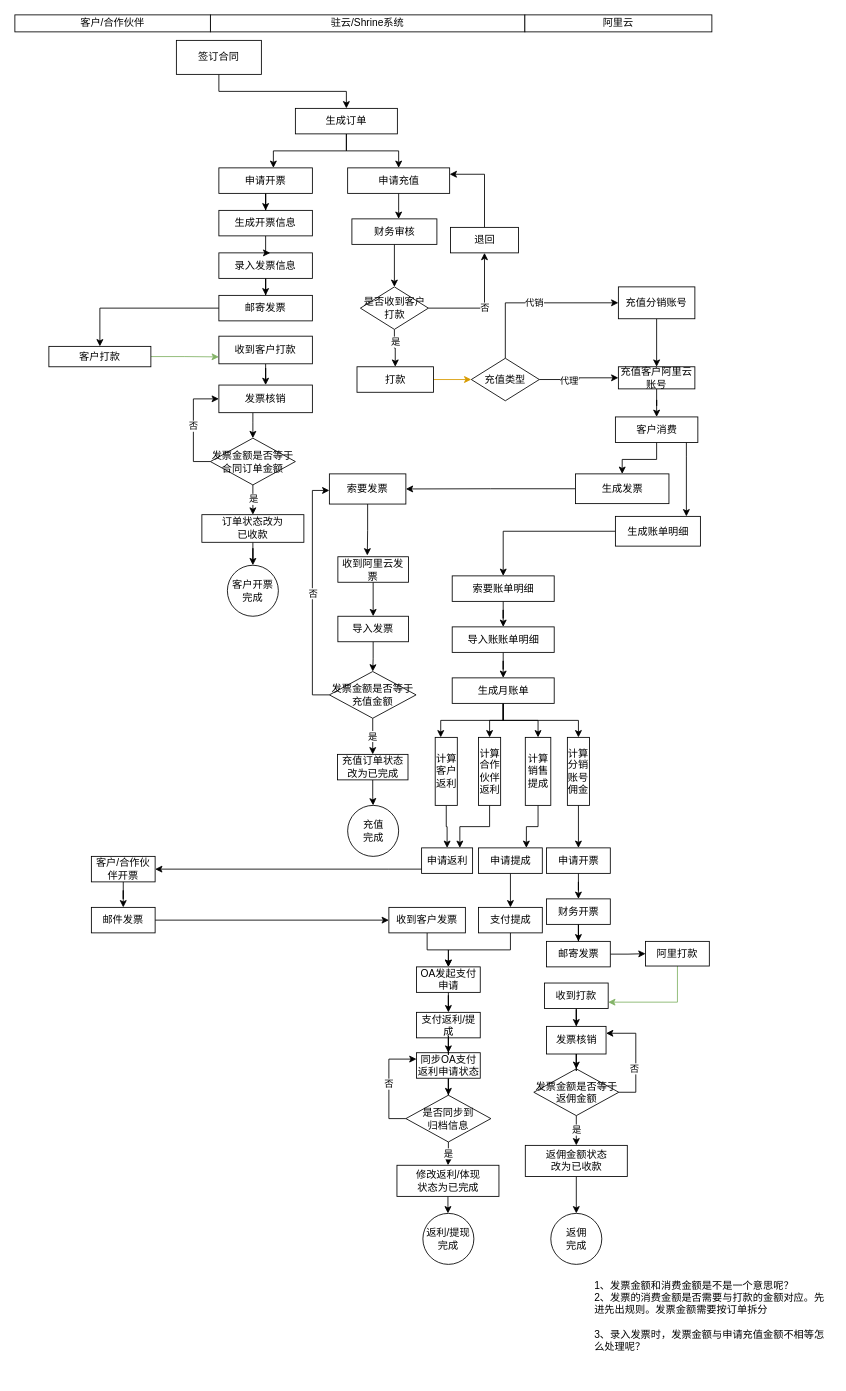
Before: shrine-doc/云资源业务流程.drawio in easefulfil/CLOUDCARE, a draw.io diagram. Source tidied: cells renumbered, new cells numbered last; positions are measured from the earlier drawing's top-left corner, leaving out a move shared by most shapes. Both pictures are drawn from the tidied source at 85%, with x=0, y=0 at pixel (14, 14).
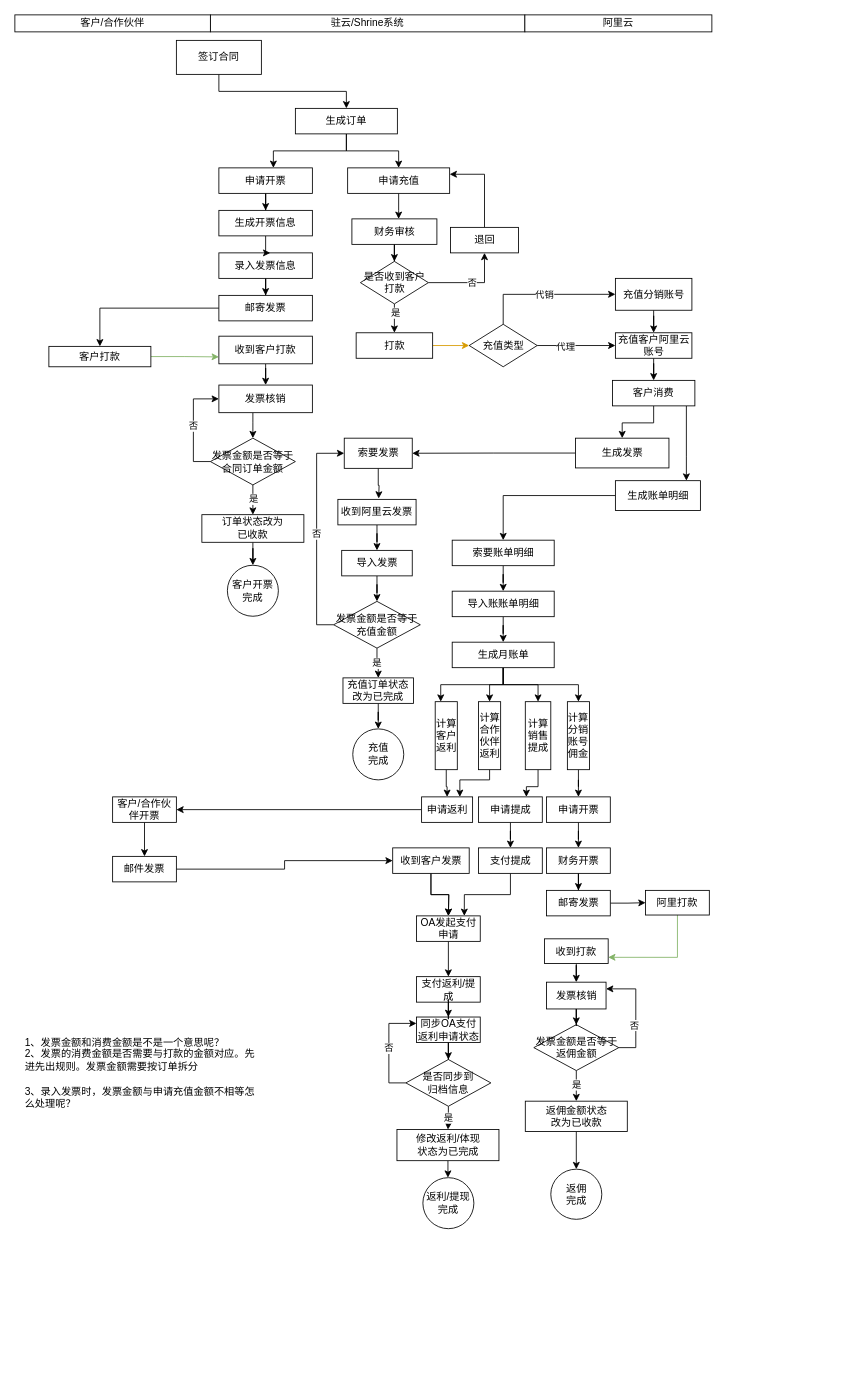
The same diagram, later.

Commit message (it also covers changes not shown here):
Update 云资源业务流程.drawio

What changed in the source:
```diff
@@
     <mxCell id="14" value="是否收到客户打款" style="rhombus;whiteSpace=wrap;html=1;" parent="1" vertex="1">
-      <mxGeometry x="406.5" y="320" width="80" height="50" as="geometry" />
+      <mxGeometry x="406.5" y="290" width="80" height="50" as="geometry" />
     </mxCell>
@@
     <mxCell id="16" value="打款" style="rounded=0;whiteSpace=wrap;html=1;" parent="1" vertex="1">
-      <mxGeometry x="402.5" y="414" width="90" height="30" as="geometry" />
+      <mxGeometry x="401.5" y="374" width="90" height="30" as="geometry" />
     </mxCell>
@@
-    <mxCell id="19" style="edgeStyle=orthogonalEdgeStyle;rounded=0;jettySize=auto;html=1;entryX=0.417;entryY=-0.05;entryDx=0;entryDy=0;entryPerimeter=0;" parent="1" edge="1" source="20" target="22">
-      <mxGeometry relative="1" as="geometry" />
+    <mxCell id="19" style="edgeStyle=orthogonalEdgeStyle;rounded=0;jettySize=auto;html=1;" parent="1" edge="1" source="20">
+      <mxGeometry relative="1" as="geometry">
+        <mxPoint x="428" y="569" as="targetPoint" />
+      </mxGeometry>
     </mxCell>
     <mxCell id="20" value="索要发票" style="rounded=0;whiteSpace=wrap;html=1;" parent="1" vertex="1">
-      <mxGeometry x="370" y="540" width="90" height="35.5" as="geometry" />
+      <mxGeometry x="387.5" y="498" width="80" height="35.5" as="geometry" />
     </mxCell>
@@
     <mxCell id="22" value="收到阿里云发票" style="rounded=0;whiteSpace=wrap;html=1;" parent="1" vertex="1">
-      <mxGeometry x="380" y="637.5" width="83" height="30" as="geometry" />
+      <mxGeometry x="380" y="570" width="92" height="30" as="geometry" />
     </mxCell>
@@
     <mxCell id="24" value="导入发票" style="rounded=0;whiteSpace=wrap;html=1;" parent="1" vertex="1">
-      <mxGeometry x="380" y="707.5" width="83" height="30" as="geometry" />
+      <mxGeometry x="384.5" y="630" width="83" height="30" as="geometry" />
     </mxCell>
@@
-    <mxCell id="26" style="edgeStyle=orthogonalEdgeStyle;rounded=0;jettySize=auto;html=1;" parent="1" edge="1" source="28">
-      <mxGeometry relative="1" as="geometry">
-        <mxPoint x="370" y="559.5" as="targetPoint" />
-        <Array as="points">
-          <mxPoint x="350" y="800.5" />
-          <mxPoint x="350" y="559.5" />
-        </Array>
-      </mxGeometry>
-    </mxCell>
-    <mxCell id="27" value="否" style="edgeLabel;html=1;align=center;verticalAlign=middle;" parent="26" vertex="1">
+    <mxCell id="27" value="否" style="edgeStyle=orthogonalEdgeStyle;rounded=0;jettySize=auto;html=1;entryX=0;entryY=0.5;entryDx=0;entryDy=0;exitX=0;exitY=0.5;exitDx=0;exitDy=0;" parent="1" edge="1" source="28" target="20">
       <mxGeometry relative="1" as="geometry" />
     </mxCell>
     <mxCell id="28" value="发票金额是否等于充值金额" style="rhombus;whiteSpace=wrap;html=1;" parent="1" vertex="1">
-      <mxGeometry x="370" y="772.5" width="102" height="55" as="geometry" />
+      <mxGeometry x="375" y="690" width="102" height="55" as="geometry" />
     </mxCell>
     <mxCell id="29" value="充值&lt;br&gt;完成" style="ellipse;whiteSpace=wrap;html=1;" parent="1" vertex="1">
-      <mxGeometry x="391.5" y="930" width="60" height="60" as="geometry" />
+      <mxGeometry x="397.5" y="840" width="60" height="60" as="geometry" />
     </mxCell>
     <mxCell id="30" value="1、发票金额和消费金额是不是一个意思呢？&lt;br&gt;2、发票的消费金额是否需要与打款的金额对应。先进先出规则。发票金额需要按订单拆分&lt;br&gt;&lt;br&gt;&lt;div&gt;&lt;span&gt;3、录入发票时，发票金额与申请充值金额不相等怎么处理呢？&lt;/span&gt;&lt;/div&gt;&lt;div&gt;&lt;span&gt;&lt;br&gt;&lt;/span&gt;&lt;/div&gt;&lt;div&gt;&lt;br&gt;&lt;/div&gt;" style="text;html=1;strokeColor=none;fillColor=none;align=left;verticalAlign=middle;whiteSpace=wrap;rounded=0;" parent="1" vertex="1">
-      <mxGeometry x="680" y="1490" width="280" height="110" as="geometry" />
+      <mxGeometry x="10" y="1203.5" width="280" height="110" as="geometry" />
     </mxCell>
@@
     <mxCell id="32" value="&lt;span&gt;生成发票&lt;/span&gt;" style="rounded=0;whiteSpace=wrap;html=1;" parent="1" vertex="1">
-      <mxGeometry x="659.5" y="540" width="110" height="35" as="geometry" />
+      <mxGeometry x="659.5" y="498" width="110" height="35" as="geometry" />
     </mxCell>
@@
     <mxCell id="34" value="&lt;span&gt;生成账单明细&lt;br&gt;&lt;/span&gt;" style="rounded=0;whiteSpace=wrap;html=1;" parent="1" vertex="1">
-      <mxGeometry x="706.5" y="590" width="100" height="35" as="geometry" />
+      <mxGeometry x="706.5" y="548" width="100" height="35" as="geometry" />
     </mxCell>
@@
     <mxCell id="42" value="客户消费" style="rounded=0;whiteSpace=wrap;html=1;" parent="1" vertex="1">
-      <mxGeometry x="706.5" y="473" width="97" height="30" as="geometry" />
+      <mxGeometry x="703" y="430" width="97" height="30" as="geometry" />
     </mxCell>
@@
     <mxCell id="44" value="索要账单明细" style="rounded=0;whiteSpace=wrap;html=1;" parent="1" vertex="1">
-      <mxGeometry x="514.5" y="660" width="120" height="30" as="geometry" />
+      <mxGeometry x="514.5" y="618" width="120" height="30" as="geometry" />
     </mxCell>
@@
     <mxCell id="46" value="导入账账单明细" style="rounded=0;whiteSpace=wrap;html=1;" parent="1" vertex="1">
-      <mxGeometry x="514.5" y="720" width="120" height="30" as="geometry" />
+      <mxGeometry x="514.5" y="678" width="120" height="30" as="geometry" />
     </mxCell>
@@
     <mxCell id="48" value="计算分销账号佣金" style="rounded=0;whiteSpace=wrap;html=1;" parent="1" vertex="1">
-      <mxGeometry x="650" y="850" width="26" height="80" as="geometry" />
+      <mxGeometry x="650" y="808" width="26" height="80" as="geometry" />
     </mxCell>
@@
     <mxCell id="50" value="计算客户返利" style="rounded=0;whiteSpace=wrap;html=1;" parent="1" vertex="1">
-      <mxGeometry x="494.5" y="850" width="26" height="80" as="geometry" />
+      <mxGeometry x="494.5" y="808" width="26" height="80" as="geometry" />
     </mxCell>
@@
     <mxCell id="52" value="计算销售提成" style="rounded=0;whiteSpace=wrap;html=1;" parent="1" vertex="1">
-      <mxGeometry x="600.5" y="850" width="30" height="80" as="geometry" />
+      <mxGeometry x="600.5" y="808" width="30" height="80" as="geometry" />
     </mxCell>
@@
     <mxCell id="54" style="edgeStyle=orthogonalEdgeStyle;rounded=0;jettySize=auto;html=1;entryX=0.5;entryY=0;entryDx=0;entryDy=0;" parent="1" edge="1" target="48">
       <mxGeometry relative="1" as="geometry">
-        <mxPoint x="574.5" y="810" as="sourcePoint" />
+        <mxPoint x="574.5" y="768" as="sourcePoint" />
         <Array as="points">
-          <mxPoint x="575" y="830" />
-          <mxPoint x="663" y="830" />
+          <mxPoint x="575" y="788" />
+          <mxPoint x="663" y="788" />
         </Array>
       </mxGeometry>
     </mxCell>
@@
     <mxCell id="56" style="edgeStyle=orthogonalEdgeStyle;rounded=0;jettySize=auto;html=1;entryX=0.5;entryY=0;entryDx=0;entryDy=0;" parent="1" edge="1" target="59">
       <mxGeometry relative="1" as="geometry">
-        <mxPoint x="574.5" y="810" as="sourcePoint" />
+        <mxPoint x="574.5" y="768" as="sourcePoint" />
         <Array as="points">
-          <mxPoint x="574.5" y="830" />
-          <mxPoint x="558.5" y="830" />
+          <mxPoint x="574.5" y="788" />
+          <mxPoint x="558.5" y="788" />
         </Array>
       </mxGeometry>
     </mxCell>
     <mxCell id="57" value="生成月账单" style="rounded=0;whiteSpace=wrap;html=1;" parent="1" vertex="1">
-      <mxGeometry x="514.5" y="780" width="120" height="30" as="geometry" />
+      <mxGeometry x="514.5" y="738" width="120" height="30" as="geometry" />
     </mxCell>
     <mxCell id="58" style="edgeStyle=orthogonalEdgeStyle;rounded=0;jettySize=auto;html=1;entryX=0.75;entryY=0;entryDx=0;entryDy=0;exitX=0.5;exitY=1;exitDx=0;exitDy=0;" parent="1" edge="1" source="59" target="63">
-      <mxGeometry relative="1" as="geometry" />
+      <mxGeometry relative="1" as="geometry">
+        <Array as="points">
+          <mxPoint x="559" y="900" />
+          <mxPoint x="524" y="900" />
+        </Array>
+      </mxGeometry>
     </mxCell>
     <mxCell id="59" value="计算合作伙伴返利&lt;br&gt;" style="rounded=0;whiteSpace=wrap;html=1;" parent="1" vertex="1">
-      <mxGeometry x="545.5" y="850" width="26" height="80" as="geometry" />
+      <mxGeometry x="545.5" y="808" width="26" height="80" as="geometry" />
     </mxCell>
@@
     <mxCell id="61" value="申请开票" style="rounded=0;whiteSpace=wrap;html=1;" parent="1" vertex="1">
-      <mxGeometry x="625.5" y="980" width="75" height="30" as="geometry" />
+      <mxGeometry x="625.5" y="920" width="75" height="30" as="geometry" />
     </mxCell>
     <mxCell id="62" style="edgeStyle=orthogonalEdgeStyle;rounded=0;jettySize=auto;html=1;entryX=1;entryY=0.5;entryDx=0;entryDy=0;" parent="1" edge="1" source="63" target="75">
-      <mxGeometry relative="1" as="geometry">
-        <Array as="points">
-          <mxPoint x="440" y="1005" />
-          <mxPoint x="440" y="1005" />
-        </Array>
-      </mxGeometry>
+      <mxGeometry relative="1" as="geometry" />
     </mxCell>
     <mxCell id="63" value="申请返利" style="rounded=0;whiteSpace=wrap;html=1;" parent="1" vertex="1">
-      <mxGeometry x="478.5" y="980" width="60" height="30" as="geometry" />
+      <mxGeometry x="478.5" y="920" width="60" height="30" as="geometry" />
     </mxCell>
@@
     <mxCell id="65" value="申请提成" style="rounded=0;whiteSpace=wrap;html=1;" parent="1" vertex="1">
-      <mxGeometry x="545.5" y="980" width="75" height="30" as="geometry" />
+      <mxGeometry x="545.5" y="920" width="75" height="30" as="geometry" />
     </mxCell>
@@
     <mxCell id="67" value="财务开票" style="rounded=0;whiteSpace=wrap;html=1;" parent="1" vertex="1">
-      <mxGeometry x="625.5" y="1040" width="75" height="30" as="geometry" />
+      <mxGeometry x="625.5" y="980" width="75" height="30" as="geometry" />
     </mxCell>
@@
     <mxCell id="69" value="邮寄发票" style="rounded=0;whiteSpace=wrap;html=1;" parent="1" vertex="1">
-      <mxGeometry x="625.5" y="1090" width="75" height="30" as="geometry" />
+      <mxGeometry x="625.5" y="1030" width="75" height="30" as="geometry" />
     </mxCell>
@@
     <mxCell id="71" value="阿里打款" style="rounded=0;whiteSpace=wrap;html=1;" parent="1" vertex="1">
-      <mxGeometry x="742" y="1090" width="75" height="29" as="geometry" />
+      <mxGeometry x="742" y="1030" width="75" height="29" as="geometry" />
     </mxCell>
@@
     <mxCell id="73" value="收到打款" style="rounded=0;whiteSpace=wrap;html=1;" parent="1" vertex="1">
-      <mxGeometry x="623" y="1139" width="75" height="30" as="geometry" />
+      <mxGeometry x="623" y="1087" width="75" height="29" as="geometry" />
     </mxCell>
@@
     <mxCell id="75" value="客户/合作伙伴开票" style="rounded=0;whiteSpace=wrap;html=1;" parent="1" vertex="1">
-      <mxGeometry x="90" y="990" width="75" height="30" as="geometry" />
+      <mxGeometry x="115" y="920" width="75" height="30" as="geometry" />
     </mxCell>
@@
     <mxCell id="77" value="邮件发票" style="rounded=0;whiteSpace=wrap;html=1;" parent="1" vertex="1">
-      <mxGeometry x="90" y="1050" width="75" height="30" as="geometry" />
+      <mxGeometry x="115" y="990" width="75" height="30" as="geometry" />
     </mxCell>
     <mxCell id="78" value="返佣&lt;br&gt;完成" style="ellipse;whiteSpace=wrap;html=1;" parent="1" vertex="1">
-      <mxGeometry x="630.5" y="1410" width="60" height="60" as="geometry" />
+      <mxGeometry x="630.5" y="1358" width="60" height="59" as="geometry" />
     </mxCell>
-    <mxCell id="79" style="edgeStyle=orthogonalEdgeStyle;rounded=0;jettySize=auto;html=1;entryX=0.5;entryY=0;entryDx=0;entryDy=0;" parent="1" edge="1" source="80" target="99">
-      <mxGeometry relative="1" as="geometry" />
+    <mxCell id="79" style="edgeStyle=orthogonalEdgeStyle;rounded=0;jettySize=auto;html=1;entryX=0.5;entryY=0;entryDx=0;entryDy=0;" parent="1" edge="1" source="97">
+      <mxGeometry relative="1" as="geometry">
+        <mxPoint x="510" y="1060" as="targetPoint" />
+      </mxGeometry>
     </mxCell>
+    <mxCell id="133" style="edgeStyle=orthogonalEdgeStyle;rounded=0;jettySize=auto;html=1;entryX=0.75;entryY=0;entryDx=0;entryDy=0;" parent="1" edge="1" source="80" target="99">
+      <mxGeometry relative="1" as="geometry" />
+    </mxCell>
     <mxCell id="80" value="支付提成" style="rounded=0;whiteSpace=wrap;html=1;" parent="1" vertex="1">
-      <mxGeometry x="545.5" y="1050" width="75" height="30" as="geometry" />
+      <mxGeometry x="545.5" y="980" width="75" height="30" as="geometry" />
     </mxCell>
@@
-    <mxCell id="96" style="edgeStyle=orthogonalEdgeStyle;rounded=0;jettySize=auto;html=1;" parent="1" edge="1" source="97" target="99">
-      <mxGeometry relative="1" as="geometry" />
+    <mxCell id="96" style="edgeStyle=orthogonalEdgeStyle;rounded=0;jettySize=auto;html=1;" parent="1" edge="1" source="97">
+      <mxGeometry relative="1" as="geometry">
+        <mxPoint x="510" y="1060" as="targetPoint" />
+      </mxGeometry>
     </mxCell>
-    <mxCell id="97" value="收到客户发票" style="rounded=0;whiteSpace=wrap;html=1;" parent="1" vertex="1">
-      <mxGeometry x="440" y="1050" width="90" height="30" as="geometry" />
-    </mxCell>
@@
     <mxCell id="99" value="OA发起支付申请" style="rounded=0;whiteSpace=wrap;html=1;" parent="1" vertex="1">
-      <mxGeometry x="472.5" y="1120" width="75" height="30" as="geometry" />
+      <mxGeometry x="472.5" y="1060" width="75" height="30" as="geometry" />
     </mxCell>
     <mxCell id="100" value="支付返利/提成" style="rounded=0;whiteSpace=wrap;html=1;" parent="1" vertex="1">
-      <mxGeometry x="472.5" y="1173.5" width="75" height="30" as="geometry" />
+      <mxGeometry x="472.5" y="1131.5" width="75" height="30" as="geometry" />
     </mxCell>
     <mxCell id="101" value="返利/提现&lt;br&gt;完成" style="ellipse;whiteSpace=wrap;html=1;" parent="1" vertex="1">
-      <mxGeometry x="480" y="1410" width="60" height="60" as="geometry" />
+      <mxGeometry x="480" y="1368" width="60" height="60" as="geometry" />
     </mxCell>
@@
     <mxCell id="103" value="充值类型" style="rhombus;whiteSpace=wrap;html=1;" parent="1" vertex="1">
-      <mxGeometry x="537" y="404" width="80" height="50" as="geometry" />
+      <mxGeometry x="534.5" y="364" width="80" height="50" as="geometry" />
     </mxCell>
@@
     <mxCell id="105" value="充值分销账号" style="rounded=0;whiteSpace=wrap;html=1;" parent="1" vertex="1">
-      <mxGeometry x="710" y="320" width="90" height="37.5" as="geometry" />
+      <mxGeometry x="706.5" y="310" width="90" height="37.5" as="geometry" />
     </mxCell>
@@
     <mxCell id="107" value="充值客户阿里云账号" style="rounded=0;whiteSpace=wrap;html=1;" parent="1" vertex="1">
-      <mxGeometry x="710" y="414" width="90" height="26" as="geometry" />
+      <mxGeometry x="706.5" y="374" width="90" height="30" as="geometry" />
     </mxCell>
@@
     <mxCell id="118" value="发票金额是否等于返佣金额" style="rhombus;whiteSpace=wrap;html=1;" parent="1" vertex="1">
-      <mxGeometry x="610.5" y="1240" width="100" height="55" as="geometry" />
+      <mxGeometry x="610.5" y="1188" width="100" height="54" as="geometry" />
     </mxCell>
@@
     <mxCell id="120" value="返佣金额状态&lt;br&gt;改为已收款" style="rounded=0;whiteSpace=wrap;html=1;" parent="1" vertex="1">
-      <mxGeometry x="600.5" y="1330" width="120" height="36.6" as="geometry" />
+      <mxGeometry x="600.5" y="1278" width="120" height="35.6" as="geometry" />
     </mxCell>
@@
     <mxCell id="122" value="发票核销" style="rounded=0;whiteSpace=wrap;html=1;" parent="1" vertex="1">
-      <mxGeometry x="625.5" y="1190" width="70" height="32.5" as="geometry" />
+      <mxGeometry x="625.5" y="1138" width="70" height="31.5" as="geometry" />
     </mxCell>
@@
     <mxCell id="124" value="充值订单状态改为已完成" style="rounded=0;whiteSpace=wrap;html=1;" parent="1" vertex="1">
-      <mxGeometry x="379.5" y="870" width="83" height="30" as="geometry" />
+      <mxGeometry x="386" y="780" width="83" height="30" as="geometry" />
     </mxCell>
@@
     <mxCell id="127" value="是否同步到&lt;br&gt;归档信息" style="rhombus;whiteSpace=wrap;html=1;" parent="1" vertex="1">
-      <mxGeometry x="460" y="1271" width="100" height="55" as="geometry" />
+      <mxGeometry x="460" y="1229" width="100" height="55" as="geometry" />
     </mxCell>
@@
     <mxCell id="129" value="同步OA支付返利申请状态" style="rounded=0;whiteSpace=wrap;html=1;" parent="1" vertex="1">
-      <mxGeometry x="472.5" y="1221" width="75" height="30" as="geometry" />
+      <mxGeometry x="472.5" y="1179" width="75" height="30" as="geometry" />
     </mxCell>
@@
     <mxCell id="132" value="修改返利/体现&lt;br&gt;状态为已完成" style="rounded=0;whiteSpace=wrap;html=1;" parent="1" vertex="1">
-      <mxGeometry x="449.5" y="1353.4" width="120" height="36.6" as="geometry" />
+      <mxGeometry x="449.5" y="1311.4" width="120" height="36.6" as="geometry" />
     </mxCell>
+    <mxCell id="97" value="收到客户发票" style="rounded=0;whiteSpace=wrap;html=1;" parent="1" vertex="1">
+      <mxGeometry x="444.5" y="980" width="90" height="30" as="geometry" />
+    </mxCell>
```
